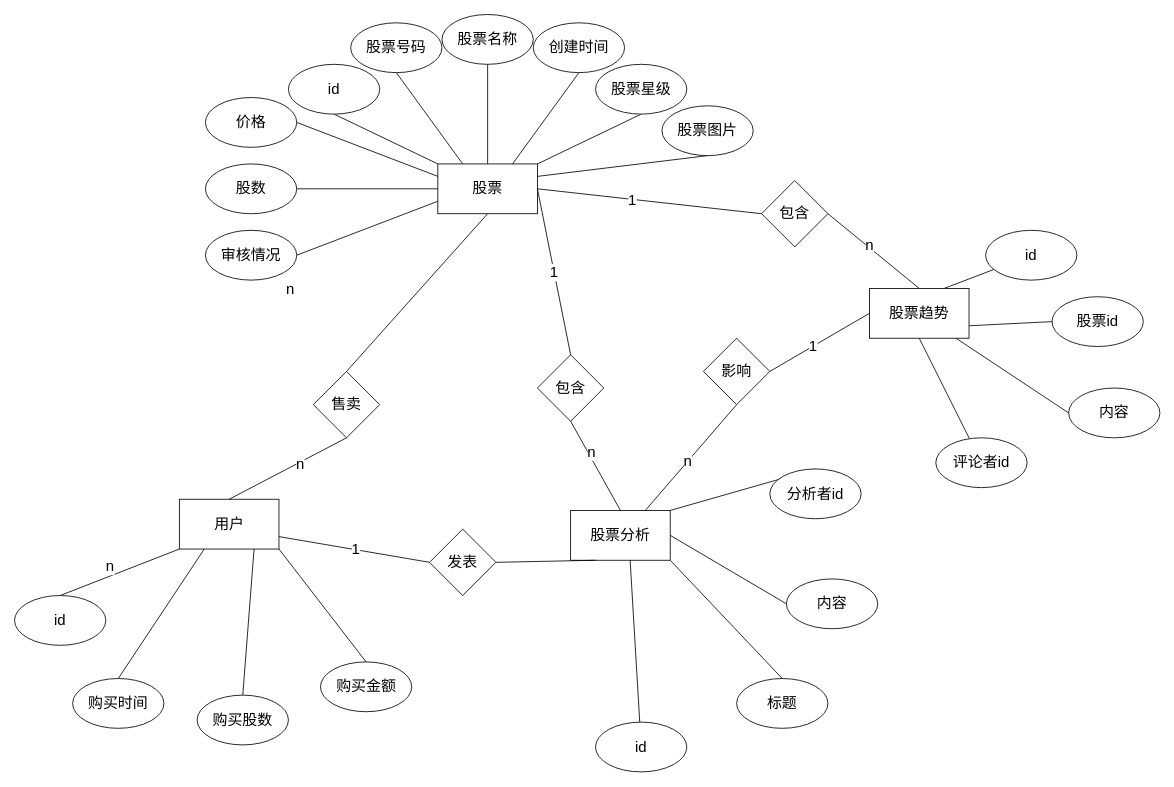
This is 金融/股票管理er.drawio from eamonyuuzen/diagrams, a draw.io file, before an edit. Source tidied: cells renumbered, new cells numbered last; positions are measured from the earlier drawing's top-left corner, leaving out a move shared by most shapes. Both pictures are drawn from the tidied source at 83%, with x=0, y=0 at pixel (14, 14).
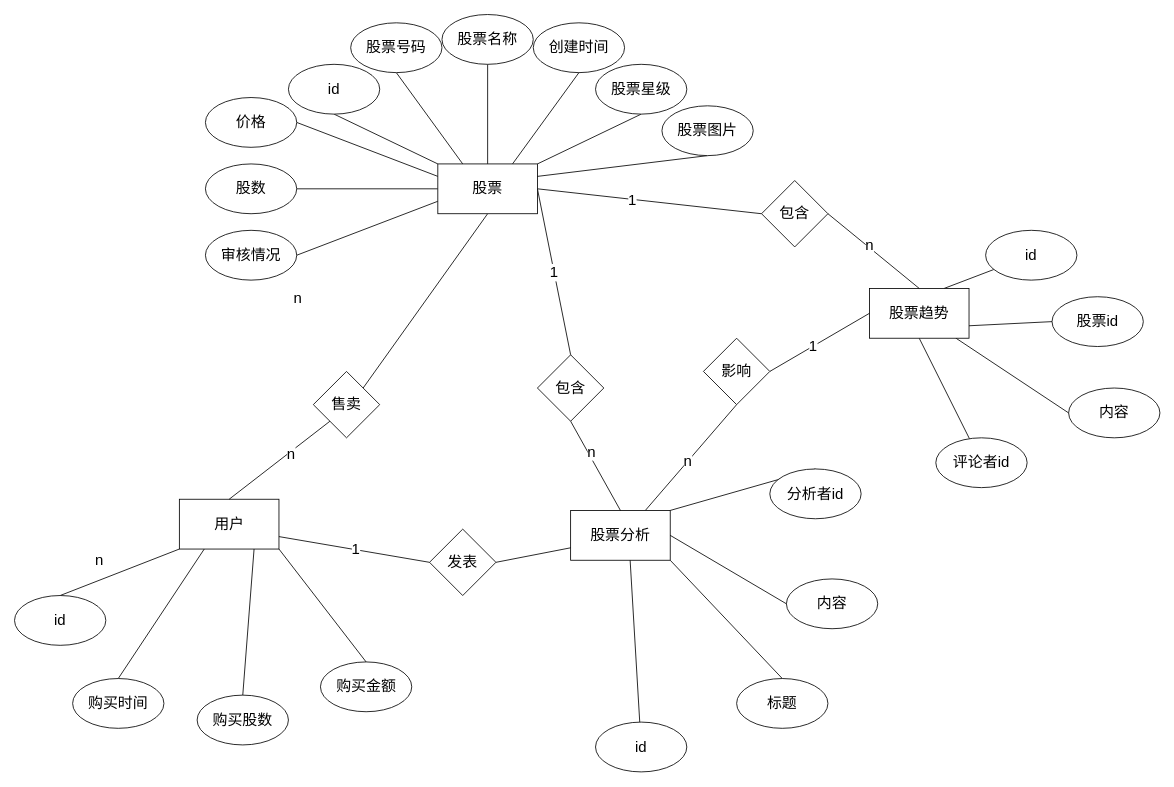
The same page after the edit.

Commit message (it also covers changes not shown here):
更新股票管理er.drawio

Unchanged cells that the change refers to:
```xml
<mxCell id="13" value="股票分析" style="rounded=0;whiteSpace=wrap;html=1;fontStyle=0;fontSize=18;" parent="1" vertex="1">
  <mxGeometry x="670" y="597.5" width="120" height="60" as="geometry" />
</mxCell>
<mxCell id="17" value="用户" style="rounded=0;whiteSpace=wrap;html=1;fontStyle=0;fontSize=18;" parent="1" vertex="1">
  <mxGeometry x="198.6" y="584" width="120" height="60" as="geometry" />
</mxCell>
<mxCell id="20" value="售卖" style="rhombus;whiteSpace=wrap;html=1;fontSize=18;" parent="1" vertex="1">
  <mxGeometry x="360" y="430" width="80" height="80" as="geometry" />
</mxCell>
<mxCell id="67" value="发表" style="rhombus;whiteSpace=wrap;html=1;fontSize=18;" parent="1" vertex="1">
  <mxGeometry x="500" y="620" width="80" height="80" as="geometry" />
</mxCell>
```

Change to the diagram source:
```diff
@@
-    <mxCell id="4" style="rounded=0;jettySize=auto;html=1;exitX=0.5;exitY=1;exitDx=0;exitDy=0;entryX=0.5;entryY=0;entryDx=0;entryDy=0;fontSize=18;endArrow=none;endFill=0;" parent="1" edge="1" target="20">
+    <mxCell id="4" style="rounded=0;jettySize=auto;html=1;exitX=0.5;exitY=1;exitDx=0;exitDy=0;entryX=1;entryY=0;entryDx=0;entryDy=0;fontSize=18;endArrow=none;endFill=0;" parent="1" edge="1" target="20">
       <mxGeometry relative="1" as="geometry">
         <mxPoint x="570" y="240" as="sourcePoint" />
       </mxGeometry>
     </mxCell>
@@
-    <mxCell id="18" style="rounded=0;jettySize=auto;html=1;exitX=0.5;exitY=1;exitDx=0;exitDy=0;entryX=0.5;entryY=0;entryDx=0;entryDy=0;fontSize=18;endArrow=none;endFill=0;" parent="1" edge="1" source="20" target="17">
+    <mxCell id="18" style="rounded=0;jettySize=auto;html=1;exitX=0;exitY=1;exitDx=0;exitDy=0;entryX=0.5;entryY=0;entryDx=0;entryDy=0;fontSize=18;endArrow=none;endFill=0;" parent="1" edge="1" source="20" target="17">
       <mxGeometry relative="1" as="geometry" />
     </mxCell>
@@
-    <mxCell id="65" style="rounded=0;jettySize=auto;html=1;exitX=1;exitY=0.5;exitDx=0;exitDy=0;entryX=0.25;entryY=1;entryDx=0;entryDy=0;fontSize=18;endArrow=none;endFill=0;" parent="1" edge="1" source="67" target="13">
+    <mxCell id="65" style="rounded=0;jettySize=auto;html=1;exitX=1;exitY=0.5;exitDx=0;exitDy=0;entryX=0;entryY=0.75;entryDx=0;entryDy=0;fontSize=18;endArrow=none;endFill=0;" parent="1" edge="1" source="67" target="13">
       <mxGeometry relative="1" as="geometry" />
     </mxCell>
```
